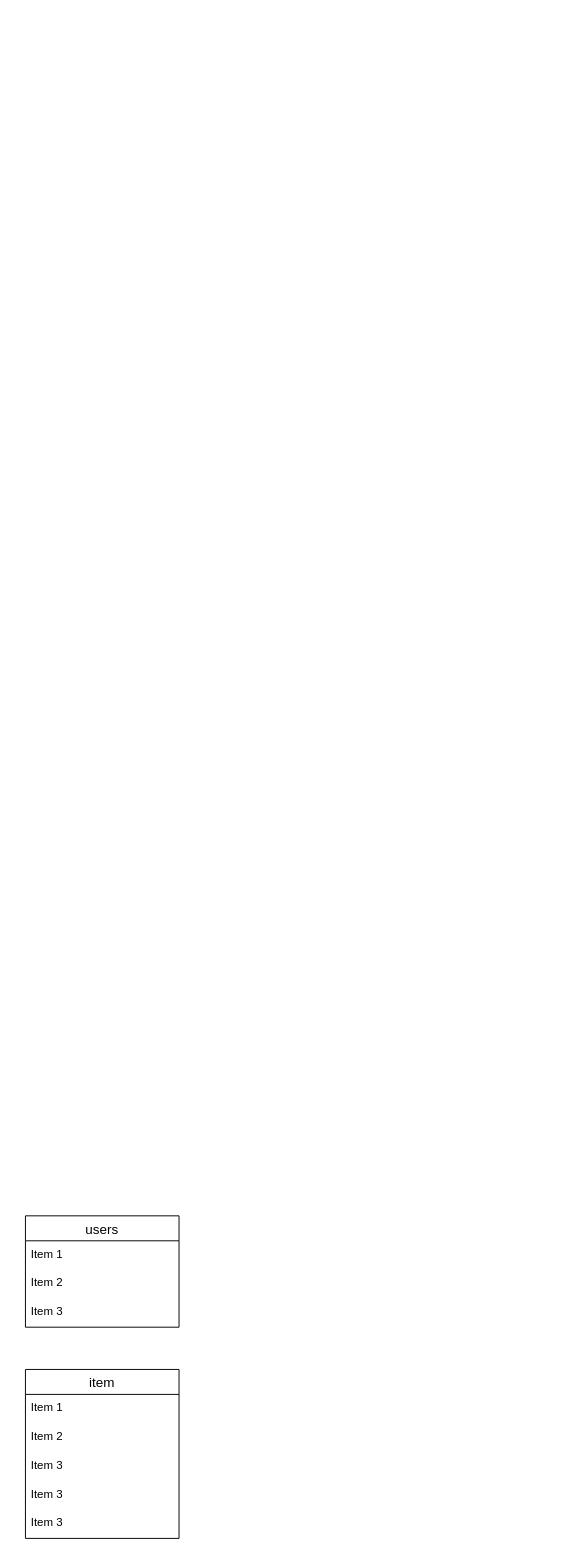
Above: er.dio in kasata373/furima-32379 (draw.io), before the change. Source tidied: cells renumbered, new cells numbered last; positions are measured from the earlier drawing's top-left corner, leaving out a move shared by most shapes. Both pictures are drawn from the tidied source at 96%, with x=0, y=0 at pixel (25, 1215).
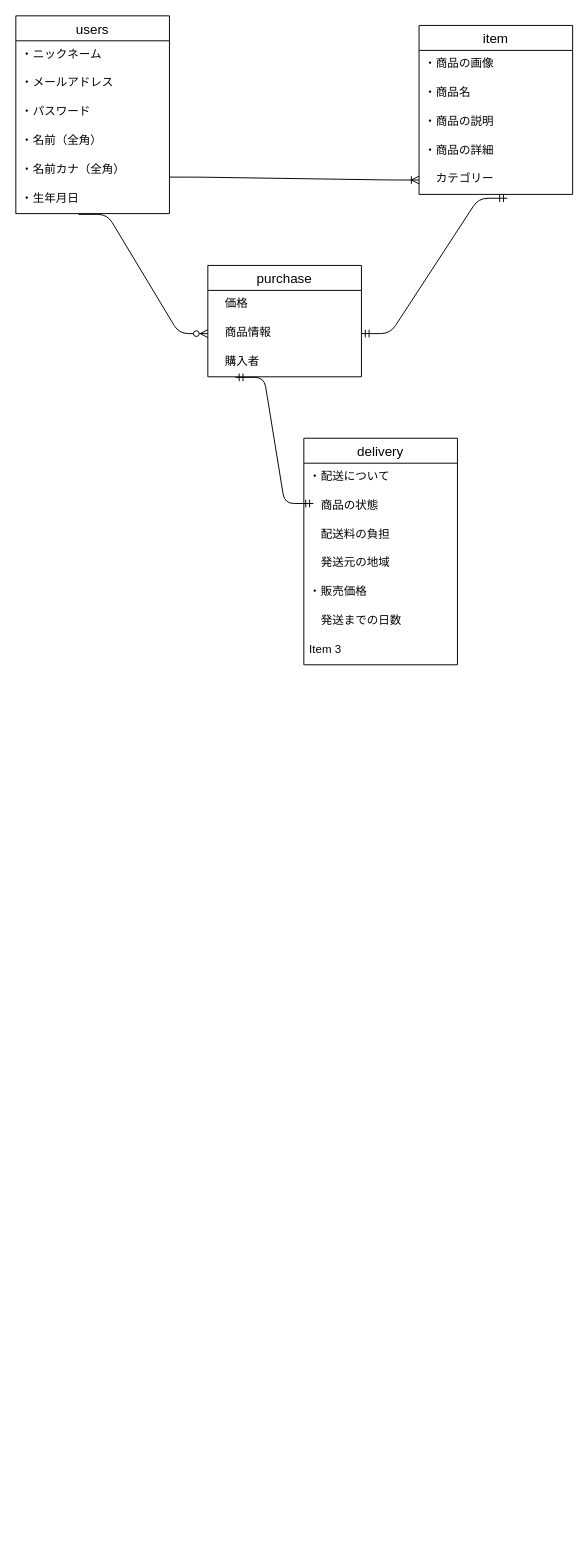
The same diagram, later.

What changed in the source:
```diff
@@
     <mxCell id="2" value="users" style="swimlane;fontStyle=0;horizontal=1;startSize=26;align=center;fontSize=14;" parent="1" vertex="1">
-      <mxGeometry width="160" height="116" as="geometry" />
+      <mxGeometry x="-10" y="-1250" width="160" height="206" as="geometry" />
     </mxCell>
-    <mxCell id="3" value="Item 1" style="text;strokeColor=none;fillColor=none;spacingLeft=4;spacingRight=4;overflow=hidden;fontSize=12;" parent="2" vertex="1">
+    <mxCell id="3" value="・ニックネーム" style="text;strokeColor=none;fillColor=none;spacingLeft=4;spacingRight=4;overflow=hidden;fontSize=12;" parent="2" vertex="1">
       <mxGeometry y="26" width="160" height="30" as="geometry" />
     </mxCell>
-    <mxCell id="4" value="Item 2" style="text;strokeColor=none;fillColor=none;spacingLeft=4;spacingRight=4;overflow=hidden;fontSize=12;" parent="2" vertex="1">
+    <mxCell id="4" value="・メールアドレス" style="text;strokeColor=none;fillColor=none;spacingLeft=4;spacingRight=4;overflow=hidden;fontSize=12;" parent="2" vertex="1">
       <mxGeometry y="56" width="160" height="30" as="geometry" />
     </mxCell>
-    <mxCell id="5" value="Item 3" style="text;strokeColor=none;fillColor=none;spacingLeft=4;spacingRight=4;overflow=hidden;fontSize=12;" parent="2" vertex="1">
+    <mxCell id="5" value="・パスワード" style="text;strokeColor=none;fillColor=none;spacingLeft=4;spacingRight=4;overflow=hidden;fontSize=12;" parent="2" vertex="1">
       <mxGeometry y="86" width="160" height="30" as="geometry" />
     </mxCell>
+    <mxCell id="12" value="・名前（全角）" style="text;strokeColor=none;fillColor=none;spacingLeft=4;spacingRight=4;overflow=hidden;fontSize=12;" parent="2" vertex="1">
+      <mxGeometry y="116" width="160" height="30" as="geometry" />
+    </mxCell>
+    <mxCell id="13" value="・名前カナ（全角）" style="text;strokeColor=none;fillColor=none;spacingLeft=4;spacingRight=4;overflow=hidden;fontSize=12;" parent="2" vertex="1">
+      <mxGeometry y="146" width="160" height="30" as="geometry" />
+    </mxCell>
+    <mxCell id="14" value="・生年月日" style="text;strokeColor=none;fillColor=none;spacingLeft=4;spacingRight=4;overflow=hidden;points=[[0,0.5],[1,0.5]];portConstraint=eastwest;fontSize=12;" parent="2" vertex="1">
+      <mxGeometry y="176" width="160" height="30" as="geometry" />
+    </mxCell>
     <mxCell id="6" value="item" style="swimlane;fontStyle=0;horizontal=1;startSize=26;align=center;fontSize=14;" parent="1" vertex="1">
-      <mxGeometry y="160" width="160" height="176" as="geometry" />
+      <mxGeometry x="410" y="-1240" width="160" height="176" as="geometry" />
     </mxCell>
-    <mxCell id="7" value="Item 1" style="text;strokeColor=none;fillColor=none;spacingLeft=4;spacingRight=4;overflow=hidden;fontSize=12;" parent="6" vertex="1">
+    <mxCell id="7" value="・商品の画像" style="text;strokeColor=none;fillColor=none;spacingLeft=4;spacingRight=4;overflow=hidden;fontSize=12;" parent="6" vertex="1">
       <mxGeometry y="26" width="160" height="30" as="geometry" />
     </mxCell>
-    <mxCell id="8" value="Item 2" style="text;strokeColor=none;fillColor=none;spacingLeft=4;spacingRight=4;overflow=hidden;fontSize=12;" parent="6" vertex="1">
+    <mxCell id="8" value="・商品名" style="text;strokeColor=none;fillColor=none;spacingLeft=4;spacingRight=4;overflow=hidden;fontSize=12;" parent="6" vertex="1">
       <mxGeometry y="56" width="160" height="30" as="geometry" />
     </mxCell>
-    <mxCell id="9" value="Item 3" style="text;strokeColor=none;fillColor=none;spacingLeft=4;spacingRight=4;overflow=hidden;fontSize=12;" parent="6" vertex="1">
+    <mxCell id="9" value="・商品の説明" style="text;strokeColor=none;fillColor=none;spacingLeft=4;spacingRight=4;overflow=hidden;fontSize=12;" parent="6" vertex="1">
       <mxGeometry y="86" width="160" height="30" as="geometry" />
     </mxCell>
-    <mxCell id="10" value="Item 3" style="text;strokeColor=none;fillColor=none;spacingLeft=4;spacingRight=4;overflow=hidden;fontSize=12;" parent="6" vertex="1">
+    <mxCell id="10" value="・商品の詳細" style="text;strokeColor=none;fillColor=none;spacingLeft=4;spacingRight=4;overflow=hidden;fontSize=12;" parent="6" vertex="1">
       <mxGeometry y="116" width="160" height="30" as="geometry" />
     </mxCell>
-    <mxCell id="11" value="Item 3" style="text;strokeColor=none;fillColor=none;spacingLeft=4;spacingRight=4;overflow=hidden;points=[[0,0.5],[1,0.5]];portConstraint=eastwest;fontSize=12;" parent="6" vertex="1">
+    <mxCell id="11" value="　カテゴリー" style="text;strokeColor=none;fillColor=none;spacingLeft=4;spacingRight=4;overflow=hidden;points=[[0,0.5],[1,0.5]];portConstraint=eastwest;fontSize=12;" parent="6" vertex="1">
       <mxGeometry y="146" width="160" height="30" as="geometry" />
     </mxCell>
+    <mxCell id="15" style="edgeStyle=entityRelationEdgeStyle;fontSize=12;html=1;endArrow=ERoneToMany;entryX=0;entryY=0.5;entryDx=0;entryDy=0;" parent="1" edge="1" target="11">
+      <mxGeometry relative="1" as="geometry">
+        <mxPoint x="150" y="-1082" as="sourcePoint" />
+      </mxGeometry>
+    </mxCell>
+    <mxCell id="16" value="purchase" style="swimlane;fontStyle=0;horizontal=1;startSize=26;align=center;fontSize=14;" parent="1" vertex="1">
+      <mxGeometry x="190" y="-990" width="160" height="116" as="geometry" />
+    </mxCell>
+    <mxCell id="17" value="　価格" style="text;strokeColor=none;fillColor=none;spacingLeft=4;spacingRight=4;overflow=hidden;fontSize=12;" parent="16" vertex="1">
+      <mxGeometry y="26" width="160" height="30" as="geometry" />
+    </mxCell>
+    <mxCell id="18" value="　商品情報" style="text;strokeColor=none;fillColor=none;spacingLeft=4;spacingRight=4;overflow=hidden;points=[[0,0.5],[1,0.5]];portConstraint=eastwest;fontSize=12;" parent="16" vertex="1">
+      <mxGeometry y="56" width="160" height="30" as="geometry" />
+    </mxCell>
+    <mxCell id="19" value="　購入者" style="text;strokeColor=none;fillColor=none;spacingLeft=4;spacingRight=4;overflow=hidden;points=[[0,0.5],[1,0.5]];portConstraint=eastwest;fontSize=12;" parent="16" vertex="1">
+      <mxGeometry y="86" width="160" height="30" as="geometry" />
+    </mxCell>
+    <mxCell id="20" value="delivery" style="swimlane;fontStyle=0;horizontal=1;startSize=26;align=center;fontSize=14;" parent="1" vertex="1">
+      <mxGeometry x="290" y="-810" width="160" height="236" as="geometry" />
+    </mxCell>
+    <mxCell id="21" value="・配送について" style="text;strokeColor=none;fillColor=none;spacingLeft=4;spacingRight=4;overflow=hidden;fontSize=12;" parent="20" vertex="1">
+      <mxGeometry y="26" width="160" height="30" as="geometry" />
+    </mxCell>
+    <mxCell id="22" value="　商品の状態" style="text;strokeColor=none;fillColor=none;spacingLeft=4;spacingRight=4;overflow=hidden;fontSize=12;" parent="20" vertex="1">
+      <mxGeometry y="56" width="160" height="30" as="geometry" />
+    </mxCell>
+    <mxCell id="23" value="　配送料の負担" style="text;strokeColor=none;fillColor=none;spacingLeft=4;spacingRight=4;overflow=hidden;fontSize=12;" parent="20" vertex="1">
+      <mxGeometry y="86" width="160" height="30" as="geometry" />
+    </mxCell>
+    <mxCell id="24" value="　発送元の地域" style="text;strokeColor=none;fillColor=none;spacingLeft=4;spacingRight=4;overflow=hidden;fontSize=12;" parent="20" vertex="1">
+      <mxGeometry y="116" width="160" height="30" as="geometry" />
+    </mxCell>
+    <mxCell id="25" value="・販売価格" style="text;strokeColor=none;fillColor=none;spacingLeft=4;spacingRight=4;overflow=hidden;fontSize=12;" parent="20" vertex="1">
+      <mxGeometry y="146" width="160" height="30" as="geometry" />
+    </mxCell>
+    <mxCell id="26" value="　発送までの日数" style="text;strokeColor=none;fillColor=none;spacingLeft=4;spacingRight=4;overflow=hidden;fontSize=12;" parent="20" vertex="1">
+      <mxGeometry y="176" width="160" height="30" as="geometry" />
+    </mxCell>
+    <mxCell id="27" value="Item 3" style="text;strokeColor=none;fillColor=none;spacingLeft=4;spacingRight=4;overflow=hidden;fontSize=12;" parent="20" vertex="1">
+      <mxGeometry y="206" width="160" height="30" as="geometry" />
+    </mxCell>
+    <mxCell id="28" style="edgeStyle=entityRelationEdgeStyle;fontSize=12;html=1;endArrow=ERzeroToMany;endFill=1;entryX=0;entryY=0.5;entryDx=0;entryDy=0;exitX=0.408;exitY=1.027;exitDx=0;exitDy=0;exitPerimeter=0;" parent="1" edge="1" source="14" target="18">
+      <mxGeometry relative="1" as="geometry" />
+    </mxCell>
+    <mxCell id="29" style="edgeStyle=entityRelationEdgeStyle;fontSize=12;html=1;endArrow=ERmandOne;startArrow=ERmandOne;exitX=0.179;exitY=1.02;exitDx=0;exitDy=0;exitPerimeter=0;" parent="1" edge="1" source="19">
+      <mxGeometry relative="1" as="geometry">
+        <mxPoint x="300" y="-742" as="targetPoint" />
+      </mxGeometry>
+    </mxCell>
+    <mxCell id="30" style="edgeStyle=entityRelationEdgeStyle;fontSize=12;html=1;endArrow=ERmandOne;startArrow=ERmandOne;exitX=1;exitY=0.5;exitDx=0;exitDy=0;" parent="1" edge="1" source="18">
+      <mxGeometry relative="1" as="geometry">
+        <mxPoint x="502" y="-1060" as="targetPoint" />
+      </mxGeometry>
+    </mxCell>
```
